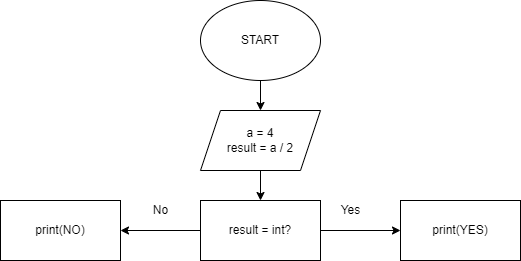
Justjane2/Homework1 keeps this draw.io diagram as Task3/task3.drawio.png. Above is the earlier version. Source tidied: cells renumbered, new cells last; positions are measured from the earlier drawing's top-left corner, leaving out a move shared by most shapes.
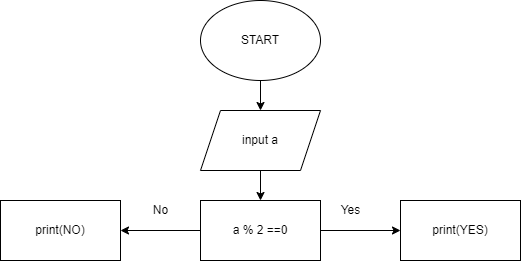
Later version of the same file.

What changed in the source:
```diff
@@ -11,7 +11,7 @@
     <mxCell id="4" style="edgeStyle=none;html=1;" parent="1" edge="1" source="5" target="8">
       <mxGeometry relative="1" as="geometry" />
     </mxCell>
-    <mxCell id="5" value="a = 4&lt;br&gt;result = a / 2" style="shape=parallelogram;perimeter=parallelogramPerimeter;whiteSpace=wrap;html=1;fixedSize=1;" parent="1" vertex="1">
+    <mxCell id="5" value="input a" style="shape=parallelogram;perimeter=parallelogramPerimeter;whiteSpace=wrap;html=1;fixedSize=1;" parent="1" vertex="1">
       <mxGeometry x="200" y="110" width="120" height="60" as="geometry" />
     </mxCell>
     <mxCell id="6" style="edgeStyle=none;html=1;" parent="1" edge="1" source="8" target="9">
@@ -20,7 +20,7 @@
     <mxCell id="7" style="edgeStyle=none;html=1;" parent="1" edge="1" source="8" target="11">
       <mxGeometry relative="1" as="geometry" />
     </mxCell>
-    <mxCell id="8" value="result = int?" style="whiteSpace=wrap;html=1;" parent="1" vertex="1">
+    <mxCell id="8" value="a % 2 ==0" style="whiteSpace=wrap;html=1;" parent="1" vertex="1">
       <mxGeometry x="200" y="200" width="120" height="60" as="geometry" />
     </mxCell>
     <mxCell id="9" value="print(YES)" style="whiteSpace=wrap;html=1;" parent="1" vertex="1">
```
